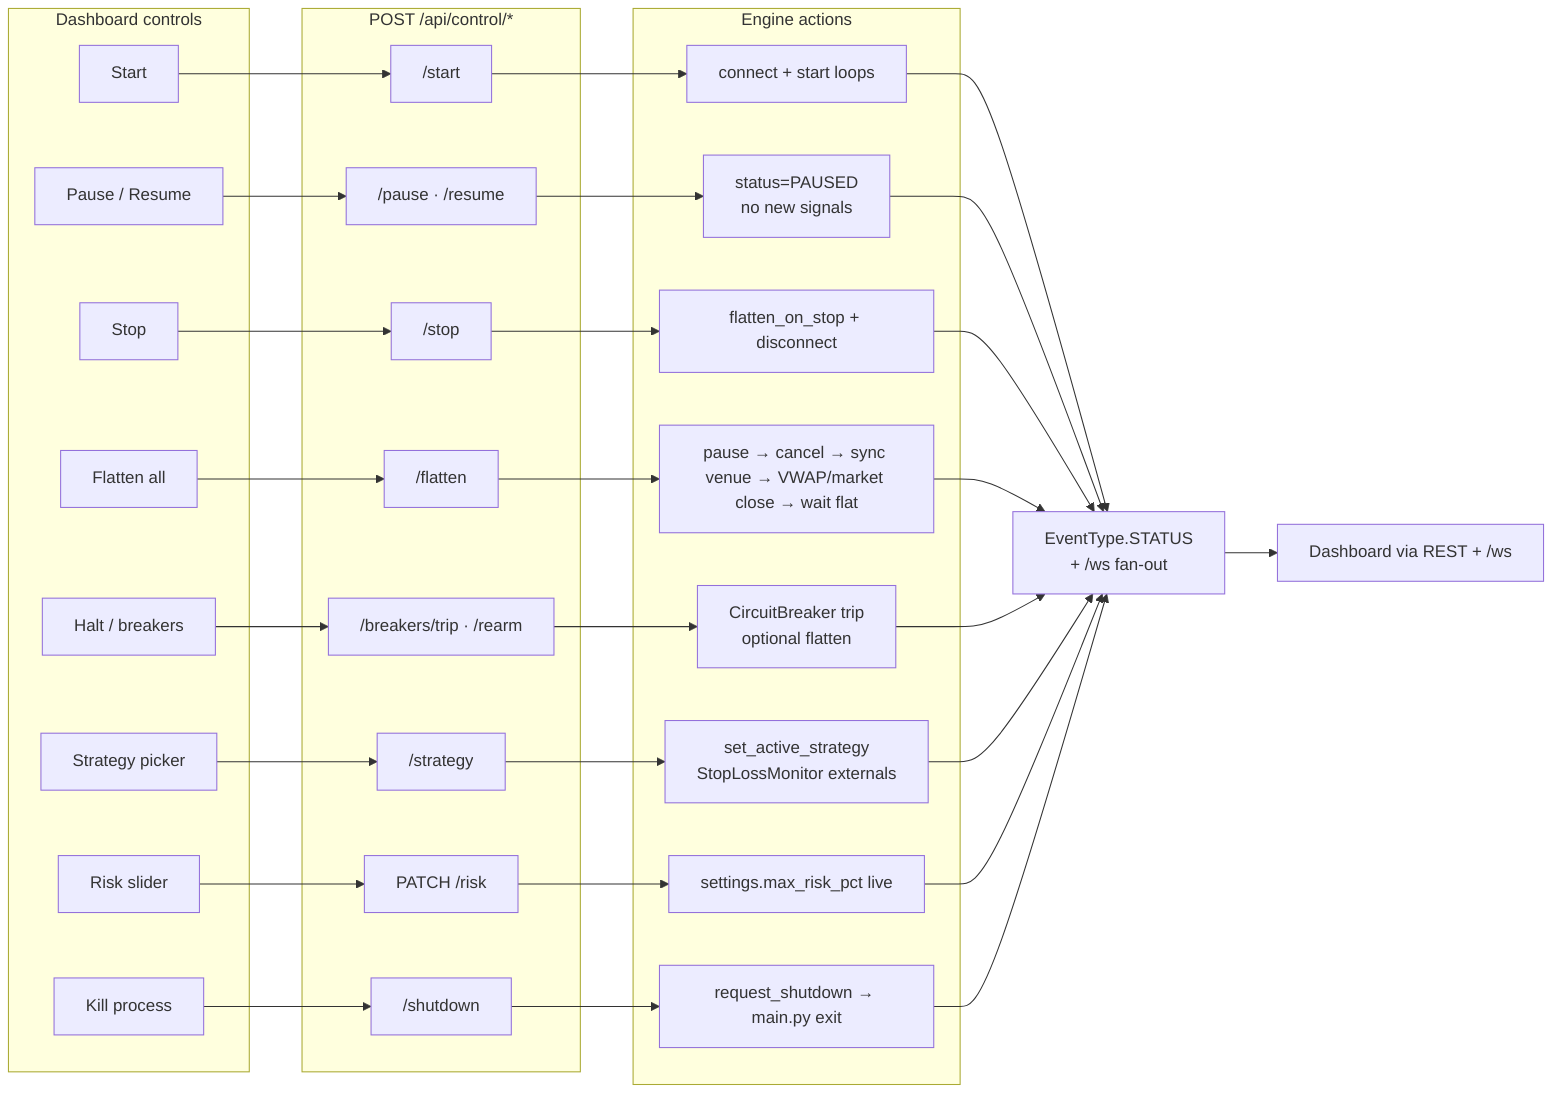
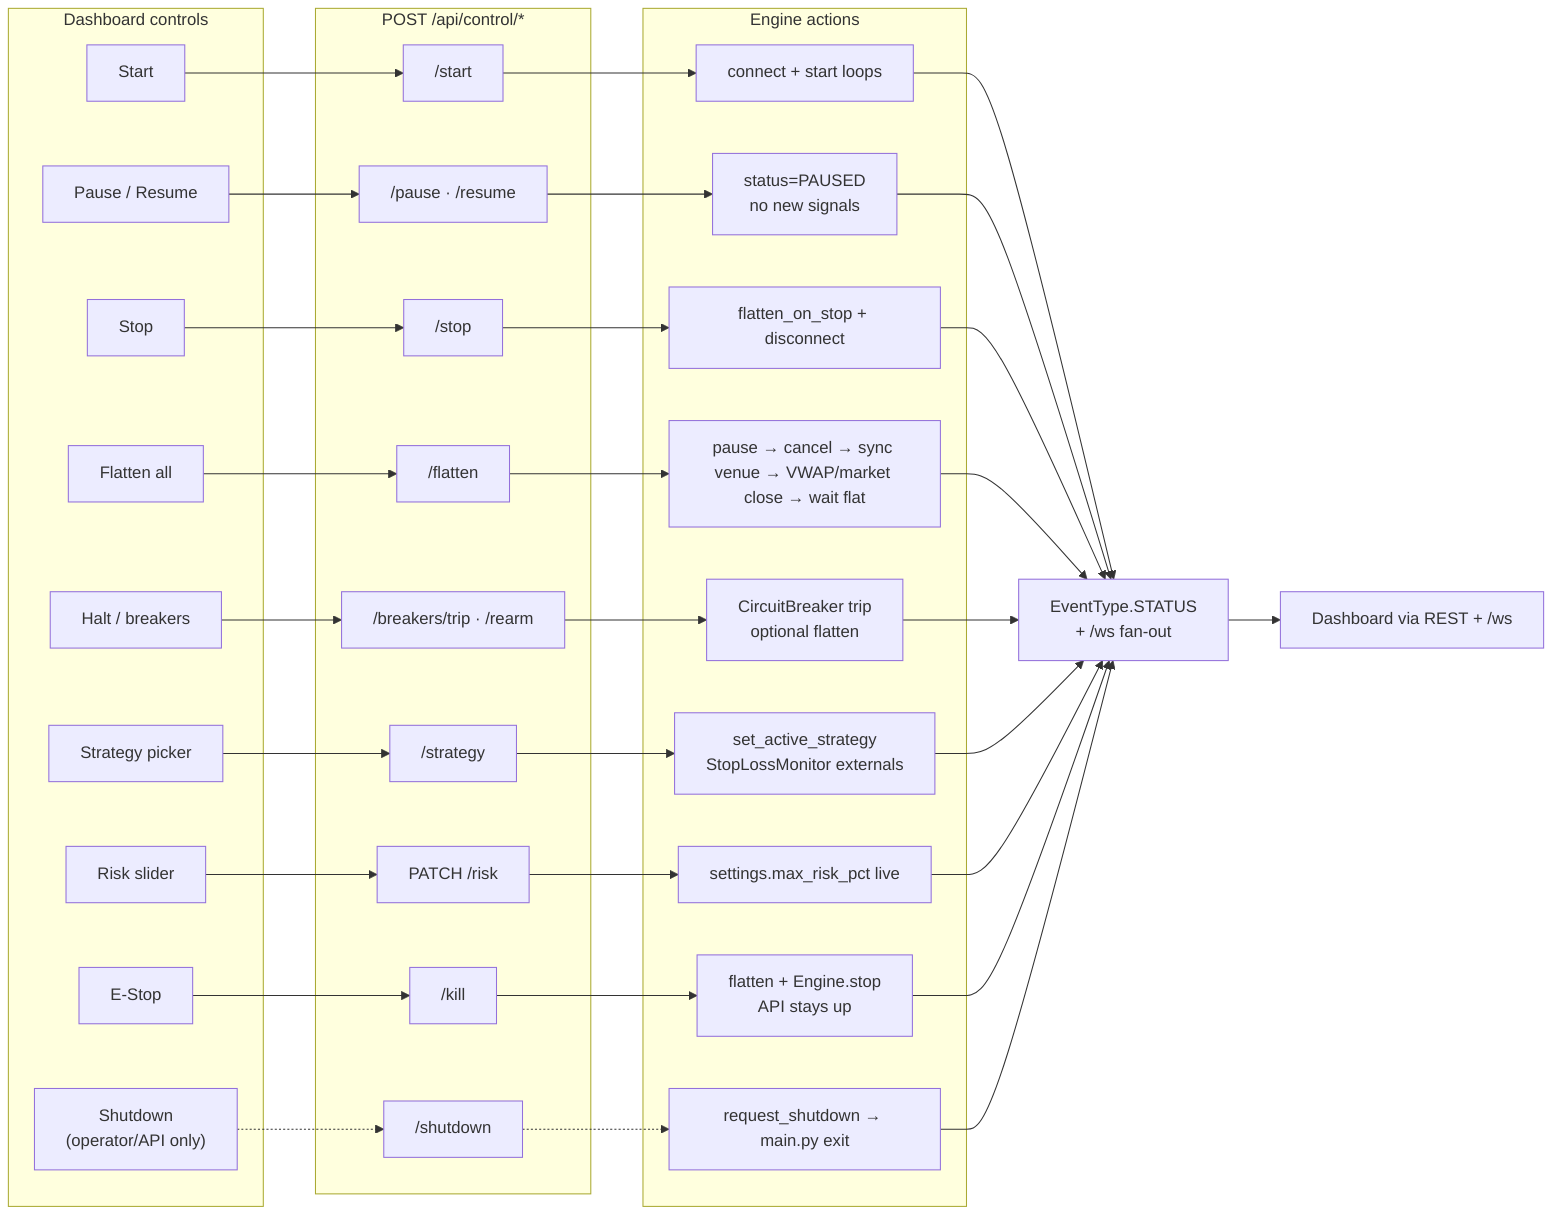
%% Operator control plane — UI actions → REST → engine
flowchart LR
    subgraph UI["Dashboard controls"]
        START["Start"]
        PAUSE["Pause / Resume"]
        STOP["Stop"]
        FLAT["Flatten all"]
        HALT["Halt / breakers"]
        STRAT["Strategy picker"]
        RISK["Risk slider"]
-         KILL["Kill process"]
+         ESTOP["E-Stop"]
+         SHUT["Shutdown<br/>(operator/API only)"]
    end

    subgraph API["POST /api/control/*"]
        A1["/start"]
        A2["/pause · /resume"]
        A3["/stop"]
        A4["/flatten"]
        A5["/breakers/trip · /rearm"]
        A6["/strategy"]
        A7["PATCH /risk"]
-         A8["/shutdown"]
+         A8["/kill"]
+         A9["/shutdown"]
    end

    subgraph Engine["Engine actions"]
        E1["connect + start loops"]
        E2["status=PAUSED<br/>no new signals"]
        E3["flatten_on_stop + disconnect"]
        E4["pause → cancel → sync venue → VWAP/market close → wait flat"]
        E5["CircuitBreaker trip<br/>optional flatten"]
        E6["set_active_strategy<br/>StopLossMonitor externals"]
        E7["settings.max_risk_pct live"]
-         E8["request_shutdown → main.py exit"]
+         E8["flatten + Engine.stop<br/>API stays up"]
+         E9["request_shutdown → main.py exit"]
    end

    START --> A1 --> E1
    PAUSE --> A2 --> E2
    STOP --> A3 --> E3
    FLAT --> A4 --> E4
    HALT --> A5 --> E5
    STRAT --> A6 --> E6
    RISK --> A7 --> E7
-     KILL --> A8 --> E8
+     ESTOP --> A8 --> E8
+     SHUT -.-> A9 -.-> E9

    STATUS["EventType.STATUS<br/>+ /ws fan-out"]

    E1 --> STATUS
    E2 --> STATUS
    E3 --> STATUS
    E4 --> STATUS
    E5 --> STATUS
    E6 --> STATUS
    E7 --> STATUS
    E8 --> STATUS
+     E9 --> STATUS

    DASH["Dashboard via REST + /ws"]
    STATUS --> DASH
